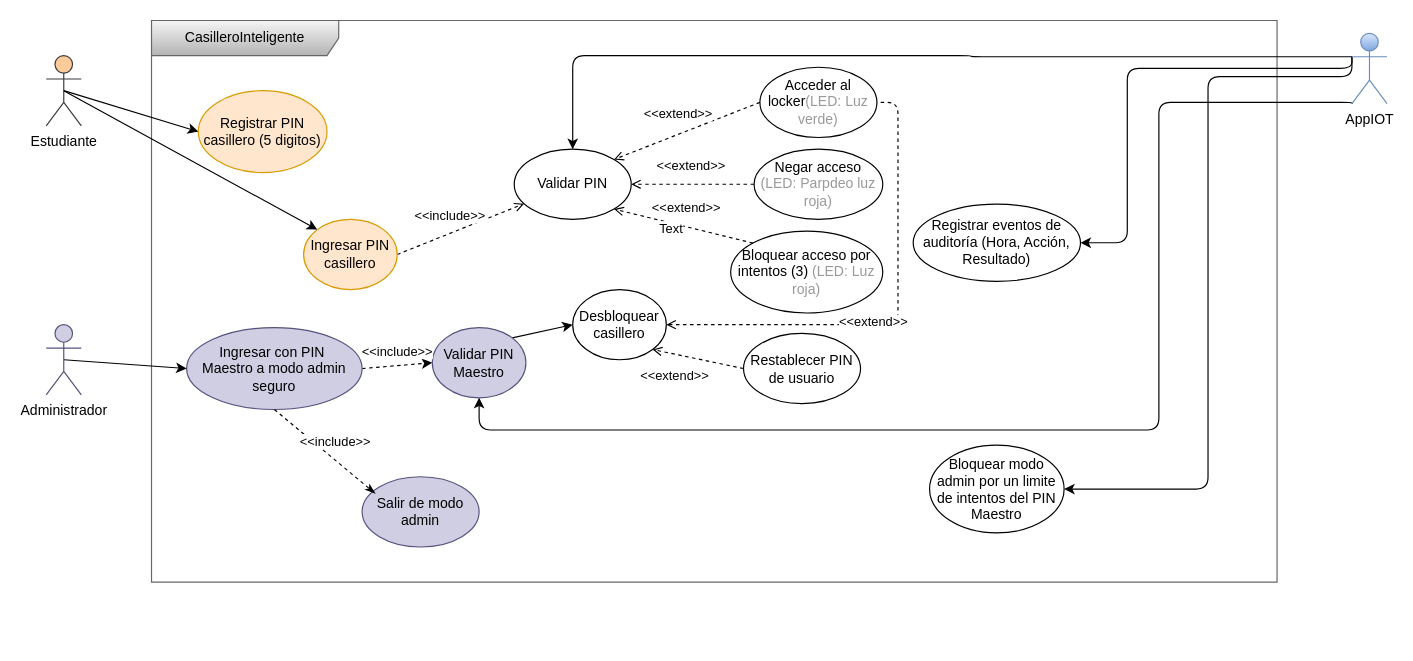
This is Design/00UseCase.drawio from Anthonio16/casilleroInteligente, a draw.io file, before an edit. Source tidied: cells renumbered, new cells numbered last; positions are measured from the earlier drawing's top-left corner, leaving out a move shared by most shapes. Both pictures are drawn from the tidied source at 117%, with x=0, y=0 at pixel (46, 20).
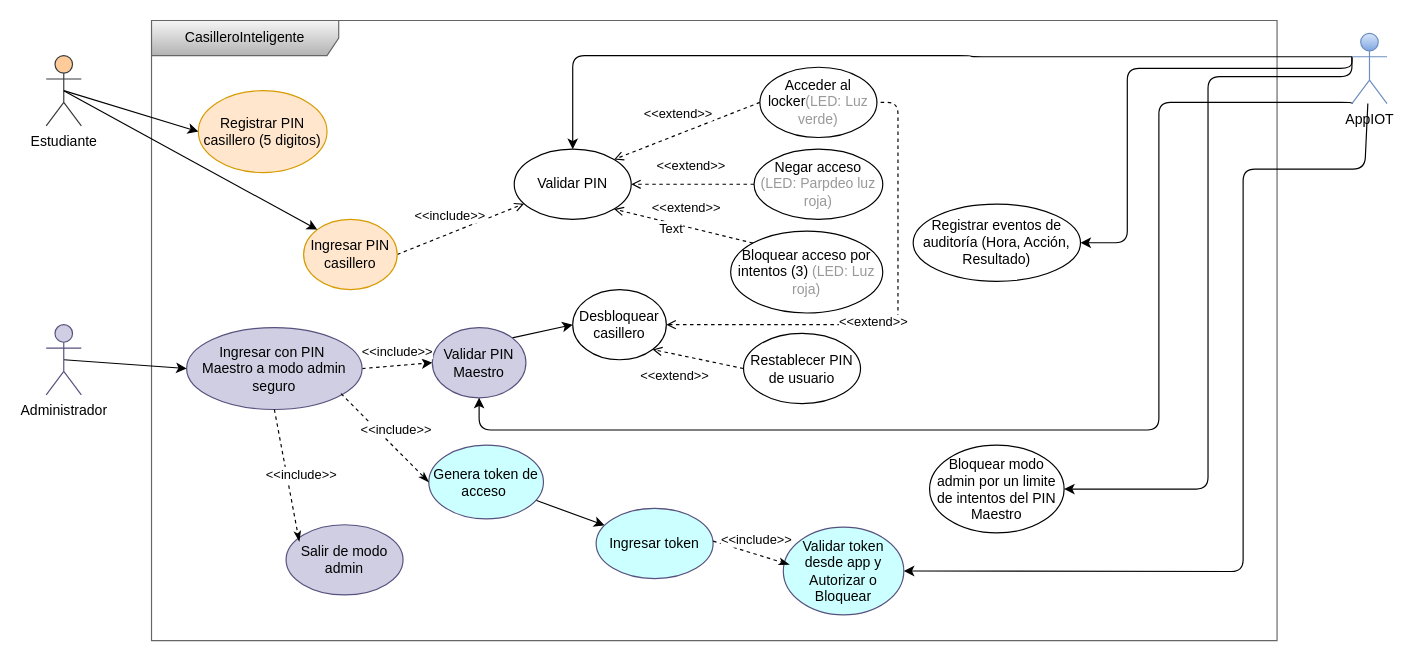
Above is the later version.

Unchanged cells that the change refers to:
```xml
<mxCell id="33" value="AppIOT" style="shape=umlActor;verticalLabelPosition=bottom;verticalAlign=top;html=1;fillColor=#dae8fc;strokeColor=#6c8ebf;gradientColor=#7ea6e0;" parent="1" vertex="1">
  <mxGeometry x="1116" y="11" width="30" height="60" as="geometry" />
</mxCell>
```

Change to the diagram source:
```diff
@@
     <mxCell id="2" value="CasilleroInteligente" style="shape=umlFrame;whiteSpace=wrap;html=1;width=160;fillColor=#f5f5f5;gradientColor=#b3b3b3;strokeColor=#666666;" parent="1" vertex="1">
-      <mxGeometry x="90" width="962" height="480" as="geometry" />
+      <mxGeometry x="90" width="962" height="530" as="geometry" />
     </mxCell>
@@
     <mxCell id="22" value="Salir de modo admin" style="ellipse;whiteSpace=wrap;html=1;fillColor=#d0cee2;strokeColor=#56517e;" parent="2" vertex="1">
-      <mxGeometry x="180" y="390" width="100" height="60" as="geometry" />
+      <mxGeometry x="115" y="431" width="100" height="60" as="geometry" />
     </mxCell>
@@
+    <mxCell id="36" style="edgeStyle=none;html=1;" parent="2" edge="1" source="37" target="40">
+      <mxGeometry relative="1" as="geometry" />
+    </mxCell>
+    <mxCell id="37" value="Genera token de acceso&amp;nbsp;" style="ellipse;whiteSpace=wrap;html=1;fillColor=#CCFFFF;strokeColor=#56517e;" parent="2" vertex="1">
+      <mxGeometry x="237" y="363" width="98" height="63" as="geometry" />
+    </mxCell>
+    <mxCell id="38" value="Validar token desde app y Autorizar o Bloquear" style="ellipse;whiteSpace=wrap;html=1;fillColor=#CCFFFF;strokeColor=#56517e;" parent="2" vertex="1">
+      <mxGeometry x="540" y="433" width="103" height="75" as="geometry" />
+    </mxCell>
+    <mxCell id="39" value="&amp;lt;&amp;lt;include&amp;gt;&amp;gt;" style="rounded=0;jettySize=auto;html=1;exitX=0.5;exitY=1;exitDx=0;exitDy=0;entryX=0;entryY=0.5;entryDx=0;entryDy=0;dashed=1;endArrow=classicThin;endFill=1;" parent="2" edge="1" target="37">
+      <mxGeometry x="0.03" y="12" relative="1" as="geometry">
+        <mxPoint x="162" y="319" as="sourcePoint" />
+      </mxGeometry>
+    </mxCell>
+    <mxCell id="40" value="Ingresar token" style="ellipse;whiteSpace=wrap;html=1;fillColor=#CCFFFF;strokeColor=#56517e;" parent="2" vertex="1">
+      <mxGeometry x="380" y="417" width="100" height="60" as="geometry" />
+    </mxCell>
+    <mxCell id="41" value="&amp;lt;&amp;lt;include&amp;gt;&amp;gt;" style="rounded=0;jettySize=auto;html=1;exitX=0.5;exitY=1;exitDx=0;exitDy=0;entryX=0.05;entryY=0.427;entryDx=0;entryDy=0;dashed=1;endArrow=classicThin;endFill=1;entryPerimeter=0;" parent="2" edge="1" target="38">
+      <mxGeometry x="0.03" y="12" relative="1" as="geometry">
+        <mxPoint x="480" y="445" as="sourcePoint" />
+      </mxGeometry>
+    </mxCell>
@@
+    <mxCell id="42" style="edgeStyle=none;html=1;" parent="1" edge="1" source="33" target="38">
+      <mxGeometry relative="1" as="geometry">
+        <Array as="points">
+          <mxPoint x="1127" y="127" />
+          <mxPoint x="1023" y="127" />
+          <mxPoint x="1023" y="471" />
+        </Array>
+      </mxGeometry>
+    </mxCell>
```
